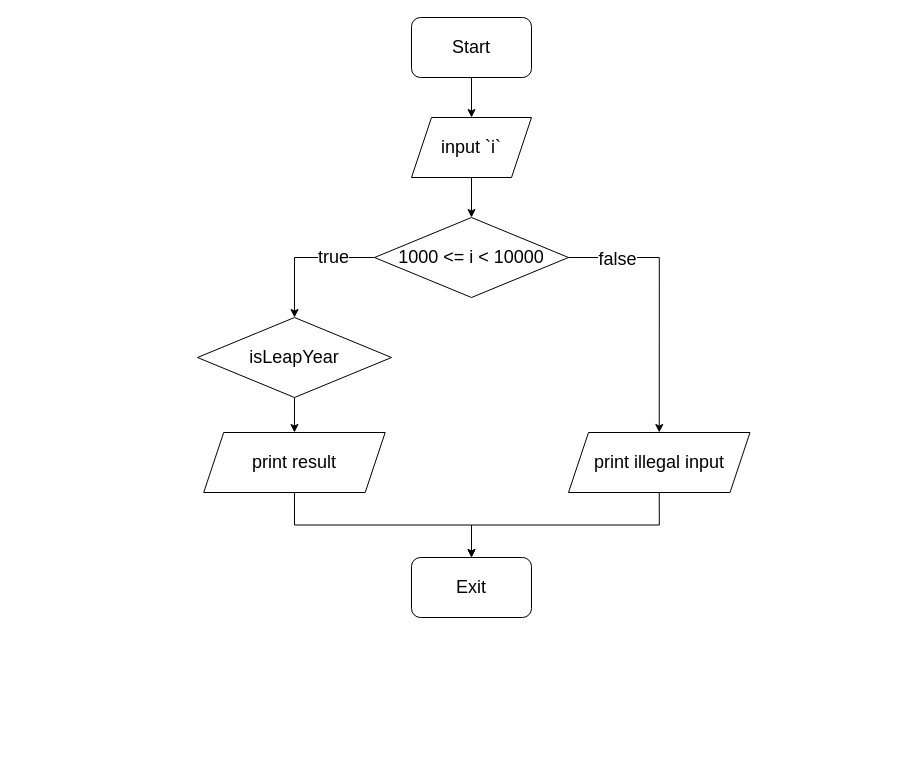
Before: 2021/Oct.18.Homework/leap.drawio in gtn1024/C_Homework, a draw.io diagram. Source tidied: cells renumbered, new cells numbered last; positions are measured from the earlier drawing's top-left corner, leaving out a move shared by most shapes. Both pictures are drawn from the tidied source at 100%, with x=0, y=0 at pixel (197, 17).
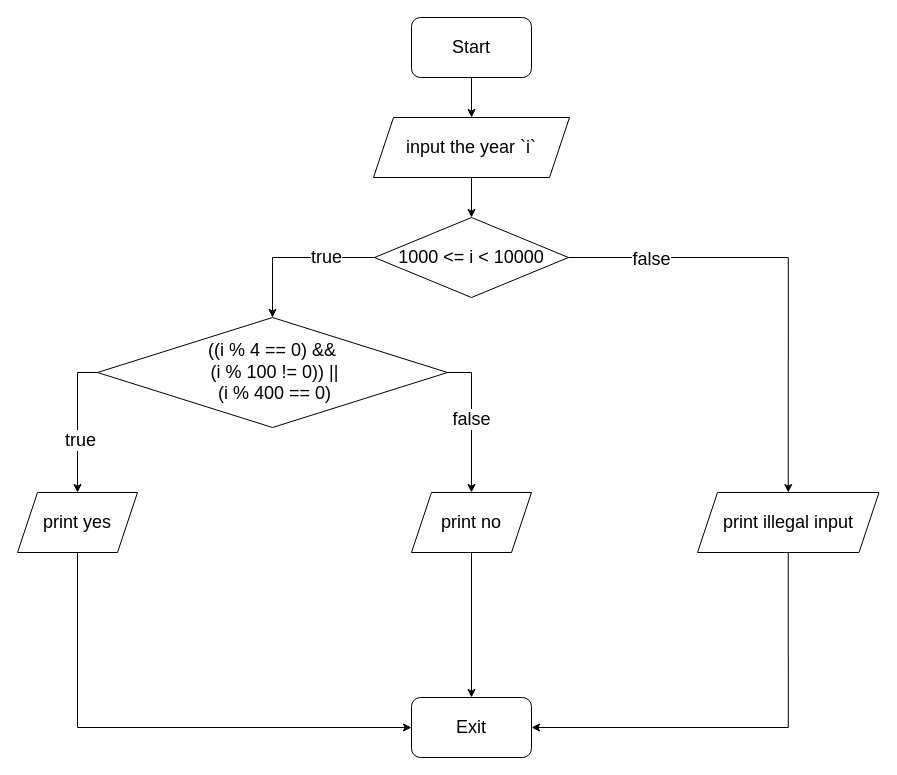
After the change.

The edit, as a diff of the source:
```diff
@@
-    <mxCell id="5" value="input `i`" style="shape=parallelogram;perimeter=parallelogramPerimeter;whiteSpace=wrap;html=1;fixedSize=1;fontSize=18;" parent="1" vertex="1">
-      <mxGeometry x="214" y="100" width="120" height="60" as="geometry" />
+    <mxCell id="5" value="input the year `i`" style="shape=parallelogram;perimeter=parallelogramPerimeter;whiteSpace=wrap;html=1;fixedSize=1;fontSize=18;" parent="1" vertex="1">
+      <mxGeometry x="176" y="100" width="196" height="60" as="geometry" />
     </mxCell>
@@
-    <mxCell id="11" style="edgeStyle=orthogonalEdgeStyle;rounded=0;jettySize=auto;html=1;exitX=0.5;exitY=1;exitDx=0;exitDy=0;entryX=0.5;entryY=0;entryDx=0;entryDy=0;fontSize=18;" parent="1" edge="1" source="12" target="14">
-      <mxGeometry relative="1" as="geometry" />
-    </mxCell>
+    <mxCell id="18" style="edgeStyle=orthogonalEdgeStyle;rounded=0;jettySize=auto;html=1;exitX=0;exitY=0.5;exitDx=0;exitDy=0;entryX=0.5;entryY=0;entryDx=0;entryDy=0;" parent="1" edge="1" source="12" target="23">
+      <mxGeometry relative="1" as="geometry" />
+    </mxCell>
+    <mxCell id="19" value="&lt;font style=&quot;font-size: 18px&quot;&gt;true&lt;/font&gt;" style="edgeLabel;html=1;align=center;verticalAlign=middle;" parent="18" vertex="1">
+      <mxGeometry x="0.24" y="2" relative="1" as="geometry" />
+    </mxCell>
+    <mxCell id="20" style="edgeStyle=orthogonalEdgeStyle;rounded=0;jettySize=auto;html=1;exitX=1;exitY=0.5;exitDx=0;exitDy=0;entryX=0.5;entryY=0;entryDx=0;entryDy=0;" parent="1" edge="1" source="12" target="25">
+      <mxGeometry relative="1" as="geometry" />
+    </mxCell>
+    <mxCell id="21" value="&lt;font style=&quot;font-size: 18px&quot;&gt;false&lt;/font&gt;" style="edgeLabel;html=1;align=center;verticalAlign=middle;" parent="20" vertex="1">
+      <mxGeometry x="-0.58" y="-1" relative="1" as="geometry">
+        <mxPoint y="40" as="offset" />
+      </mxGeometry>
+    </mxCell>
-    <mxCell id="12" value="isLeapYear" style="rhombus;whiteSpace=wrap;html=1;fontSize=18;" parent="1" vertex="1">
-      <mxGeometry y="300" width="194" height="80" as="geometry" />
+    <mxCell id="12" value="((i % 4 == 0) &amp;amp;&amp;amp;&lt;br&gt;&amp;nbsp;(i % 100 != 0)) ||&lt;br&gt;&amp;nbsp;(i % 400 == 0)" style="rhombus;whiteSpace=wrap;html=1;fontSize=18;" parent="1" vertex="1">
+      <mxGeometry x="-100" y="300" width="350" height="110" as="geometry" />
     </mxCell>
-    <mxCell id="13" style="edgeStyle=orthogonalEdgeStyle;rounded=0;jettySize=auto;html=1;exitX=0.5;exitY=1;exitDx=0;exitDy=0;entryX=0.5;entryY=0;entryDx=0;entryDy=0;fontSize=18;" parent="1" edge="1" source="14" target="15">
-      <mxGeometry relative="1" as="geometry" />
-    </mxCell>
-    <mxCell id="14" value="print result" style="shape=parallelogram;perimeter=parallelogramPerimeter;whiteSpace=wrap;html=1;fixedSize=1;fontSize=18;" parent="1" vertex="1">
-      <mxGeometry x="6.2" y="415" width="181.5" height="60" as="geometry" />
-    </mxCell>
     <mxCell id="15" value="Exit" style="rounded=1;whiteSpace=wrap;html=1;fontSize=18;" parent="1" vertex="1">
-      <mxGeometry x="214" y="540" width="120" height="60" as="geometry" />
+      <mxGeometry x="214" y="680" width="120" height="60" as="geometry" />
     </mxCell>
-    <mxCell id="16" style="edgeStyle=orthogonalEdgeStyle;rounded=0;jettySize=auto;html=1;exitX=0.5;exitY=1;exitDx=0;exitDy=0;entryX=0.5;entryY=0;entryDx=0;entryDy=0;fontSize=18;" parent="1" edge="1" source="17" target="15">
+    <mxCell id="16" style="edgeStyle=orthogonalEdgeStyle;rounded=0;jettySize=auto;html=1;exitX=0.5;exitY=1;exitDx=0;exitDy=0;entryX=1;entryY=0.5;entryDx=0;entryDy=0;" parent="1" edge="1" source="17" target="15">
       <mxGeometry relative="1" as="geometry" />
     </mxCell>
     <mxCell id="17" value="print illegal input" style="shape=parallelogram;perimeter=parallelogramPerimeter;whiteSpace=wrap;html=1;fixedSize=1;fontSize=18;" parent="1" vertex="1">
-      <mxGeometry x="371" y="415" width="181.5" height="60" as="geometry" />
+      <mxGeometry x="500" y="475" width="181.5" height="60" as="geometry" />
     </mxCell>
+    <mxCell id="22" style="edgeStyle=orthogonalEdgeStyle;rounded=0;jettySize=auto;html=1;exitX=0.5;exitY=1;exitDx=0;exitDy=0;entryX=0;entryY=0.5;entryDx=0;entryDy=0;" parent="1" edge="1" source="23" target="15">
+      <mxGeometry relative="1" as="geometry" />
+    </mxCell>
+    <mxCell id="23" value="&lt;font style=&quot;font-size: 18px&quot;&gt;print yes&lt;/font&gt;" style="shape=parallelogram;perimeter=parallelogramPerimeter;whiteSpace=wrap;html=1;fixedSize=1;" parent="1" vertex="1">
+      <mxGeometry x="-180" y="475" width="120" height="60" as="geometry" />
+    </mxCell>
+    <mxCell id="24" style="edgeStyle=orthogonalEdgeStyle;rounded=0;jettySize=auto;html=1;exitX=0.5;exitY=1;exitDx=0;exitDy=0;entryX=0.5;entryY=0;entryDx=0;entryDy=0;" parent="1" edge="1" source="25" target="15">
+      <mxGeometry relative="1" as="geometry" />
+    </mxCell>
+    <mxCell id="25" value="&lt;font style=&quot;font-size: 18px&quot;&gt;print no&lt;br&gt;&lt;/font&gt;" style="shape=parallelogram;perimeter=parallelogramPerimeter;whiteSpace=wrap;html=1;fixedSize=1;" parent="1" vertex="1">
+      <mxGeometry x="214" y="475" width="120" height="60" as="geometry" />
+    </mxCell>
```
